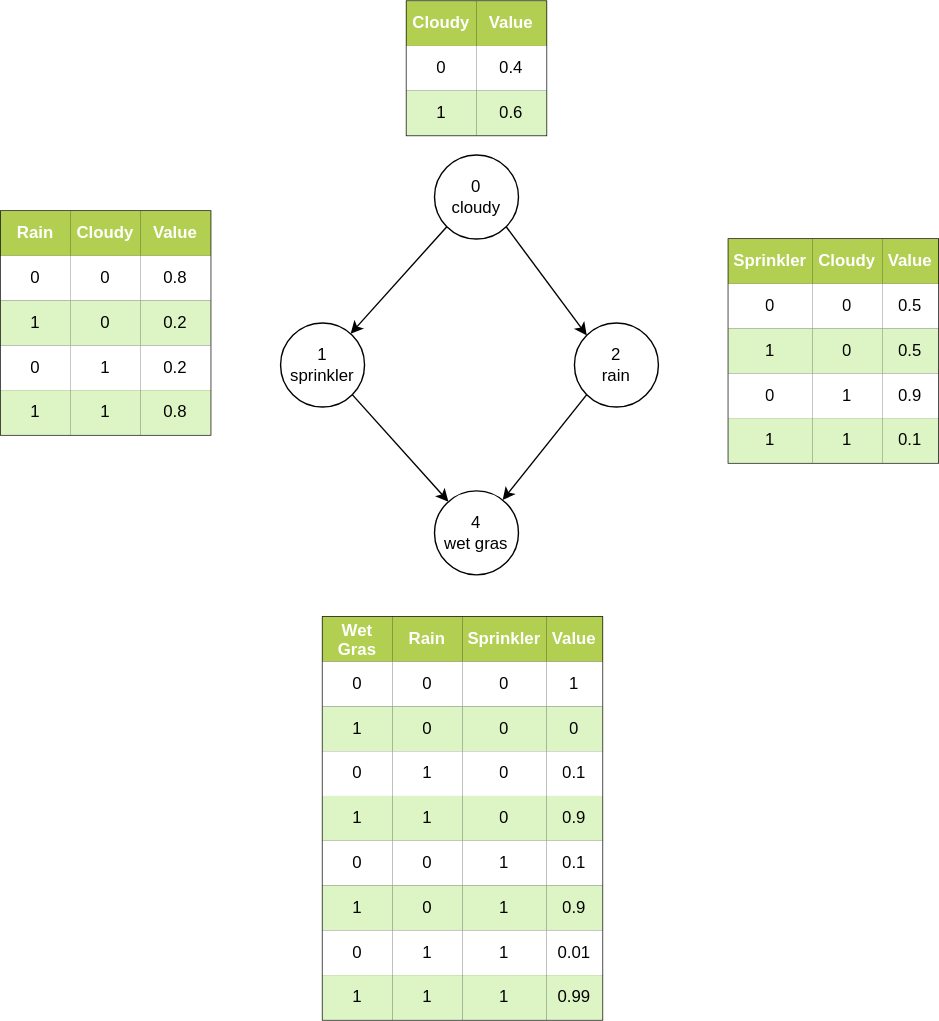
Earlier version of the draw.io export examples/water_sprinkler.svg (fkeidel/BayesNet). Source tidied: cells renumbered, new cells last; positions are measured from the earlier drawing's top-left corner, leaving out a move shared by most shapes.
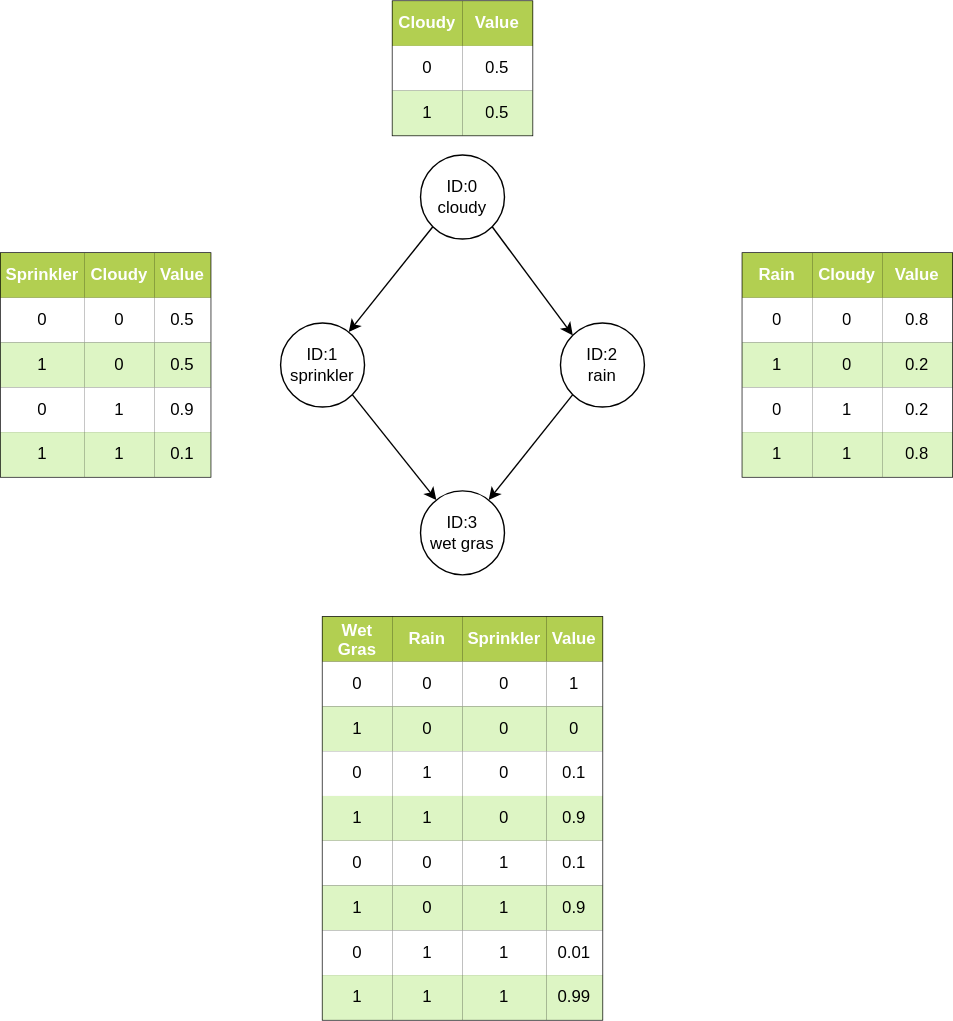
Above is the later version.

Commit message:
Adapted water sprinkler docu

Change to the diagram source:
```diff
@@ -2,16 +2,16 @@
   <root>
     <mxCell id="0" />
     <mxCell id="1" parent="0" />
-    <mxCell id="2" value="0&lt;br&gt;cloudy" style="ellipse;whiteSpace=wrap;html=1;" parent="1" vertex="1">
+    <mxCell id="2" value="ID:0&lt;br&gt;cloudy" style="ellipse;whiteSpace=wrap;html=1;" parent="1" vertex="1">
       <mxGeometry x="310" y="110" width="60" height="60" as="geometry" />
     </mxCell>
-    <mxCell id="3" value="1&lt;br&gt;sprinkler" style="ellipse;whiteSpace=wrap;html=1;" parent="1" vertex="1">
-      <mxGeometry x="200" y="230" width="60" height="60" as="geometry" />
+    <mxCell id="3" value="ID:1&lt;br&gt;sprinkler" style="ellipse;whiteSpace=wrap;html=1;" parent="1" vertex="1">
+      <mxGeometry x="210" y="230" width="60" height="60" as="geometry" />
     </mxCell>
-    <mxCell id="4" value="2&lt;br&gt;rain" style="ellipse;whiteSpace=wrap;html=1;" parent="1" vertex="1">
+    <mxCell id="4" value="ID:2&lt;br&gt;rain" style="ellipse;whiteSpace=wrap;html=1;" parent="1" vertex="1">
       <mxGeometry x="410" y="230" width="60" height="60" as="geometry" />
     </mxCell>
-    <mxCell id="5" value="4&lt;br&gt;wet gras" style="ellipse;whiteSpace=wrap;html=1;" parent="1" vertex="1">
+    <mxCell id="5" value="ID:3&lt;br&gt;wet gras" style="ellipse;whiteSpace=wrap;html=1;" parent="1" vertex="1">
       <mxGeometry x="310" y="350" width="60" height="60" as="geometry" />
     </mxCell>
     <mxCell id="6" style="endArrow=classic;html=1;exitX=1;exitY=1;exitDx=0;exitDy=0;entryX=0;entryY=0;entryDx=0;entryDy=0;" parent="1" edge="1" source="2" target="4">
@@ -27,7 +27,7 @@
       <mxGeometry relative="1" as="geometry" />
     </mxCell>
     <mxCell id="10" style="shape=table;html=1;whiteSpace=wrap;startSize=0;rounded=0;shadow=0;glass=0;sketch=0;gradientColor=none;swimlaneFillColor=none;" parent="1" vertex="1">
-      <mxGeometry y="150" width="150" height="160" as="geometry" />
+      <mxGeometry x="540" y="180" width="150" height="160" as="geometry" />
     </mxCell>
     <mxCell id="11" style="shape=partialRectangle;html=1;whiteSpace=wrap;fillColor=none;top=0;left=0;bottom=0;right=0;fontStyle=1;" parent="10" vertex="1">
       <mxGeometry width="150" height="32" as="geometry" />
@@ -90,7 +90,7 @@
       <mxGeometry x="100" width="50" height="32" as="geometry" />
     </mxCell>
     <mxCell id="31" style="shape=table;html=1;whiteSpace=wrap;startSize=0;rounded=0;shadow=0;glass=0;sketch=0;gradientColor=none;" parent="1" vertex="1">
-      <mxGeometry x="520" y="170" width="150" height="160" as="geometry" />
+      <mxGeometry x="10" y="180" width="150" height="160" as="geometry" />
     </mxCell>
     <mxCell id="32" style="shape=partialRectangle;html=1;whiteSpace=wrap;fillColor=none;top=0;left=0;bottom=0;right=0;fontStyle=1;" parent="31" vertex="1">
       <mxGeometry width="150" height="32" as="geometry" />
@@ -170,7 +170,7 @@
     <mxCell id="57" value="0" style="shape=partialRectangle;html=1;whiteSpace=wrap;top=0;left=0;bottom=0;right=0;overflow=hidden;" parent="56" vertex="1">
       <mxGeometry width="50" height="32" as="geometry" />
     </mxCell>
-    <mxCell id="58" value="0.4" style="shape=partialRectangle;html=1;whiteSpace=wrap;top=0;left=0;bottom=0;right=0;overflow=hidden;" parent="56" vertex="1">
+    <mxCell id="58" value="0.5" style="shape=partialRectangle;html=1;whiteSpace=wrap;top=0;left=0;bottom=0;right=0;overflow=hidden;" parent="56" vertex="1">
       <mxGeometry x="50" width="50" height="32" as="geometry" />
     </mxCell>
     <mxCell id="59" style="shape=partialRectangle;html=1;whiteSpace=wrap;fillColor=none;top=0;left=0;bottom=0;right=0;" parent="52" vertex="1">
@@ -179,11 +179,11 @@
     <mxCell id="60" value="1" style="shape=partialRectangle;html=1;whiteSpace=wrap;top=0;left=0;bottom=0;right=0;overflow=hidden;strokeColor=#36393d;fillColor=#DDF5C4;" parent="59" vertex="1">
       <mxGeometry width="50" height="32" as="geometry" />
     </mxCell>
-    <mxCell id="61" value="0.6" style="shape=partialRectangle;html=1;whiteSpace=wrap;top=0;left=0;bottom=0;right=0;overflow=hidden;strokeColor=#36393d;fillColor=#DDF5C4;" parent="59" vertex="1">
+    <mxCell id="61" value="0.5" style="shape=partialRectangle;html=1;whiteSpace=wrap;top=0;left=0;bottom=0;right=0;overflow=hidden;strokeColor=#36393d;fillColor=#DDF5C4;" parent="59" vertex="1">
       <mxGeometry x="50" width="50" height="32" as="geometry" />
     </mxCell>
     <mxCell id="62" style="shape=table;html=1;whiteSpace=wrap;startSize=0;rounded=0;shadow=0;glass=0;sketch=0;gradientColor=none;swimlaneFillColor=none;" parent="1" vertex="1">
-      <mxGeometry x="230" y="440" width="200" height="288" as="geometry" />
+      <mxGeometry x="240" y="440" width="200" height="288" as="geometry" />
     </mxCell>
     <mxCell id="63" style="shape=partialRectangle;html=1;whiteSpace=wrap;fillColor=none;top=0;left=0;bottom=0;right=0;fontStyle=1;" parent="62" vertex="1">
       <mxGeometry width="200" height="32" as="geometry" />
```
